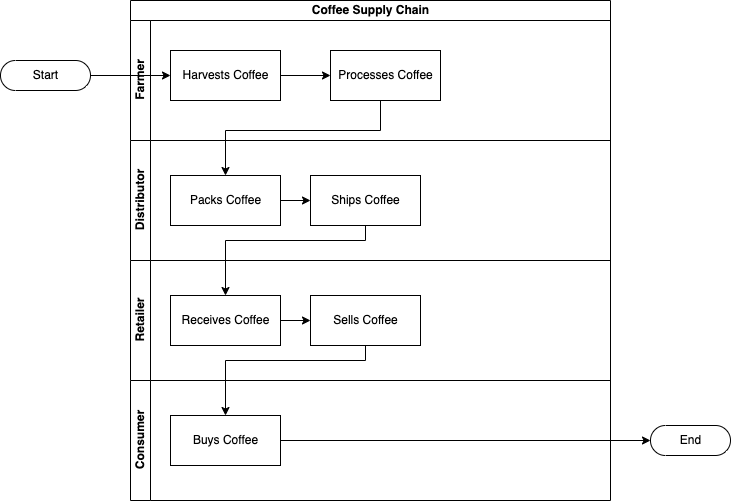
Earlier version of the draw.io export images/uml/coffee_supply_chain_activity_diagram.drawio.png (carloliwanag/coffee-supply-chain-assignment-3). Source tidied: cells renumbered, new cells last; positions are measured from the earlier drawing's top-left corner, leaving out a move shared by most shapes.
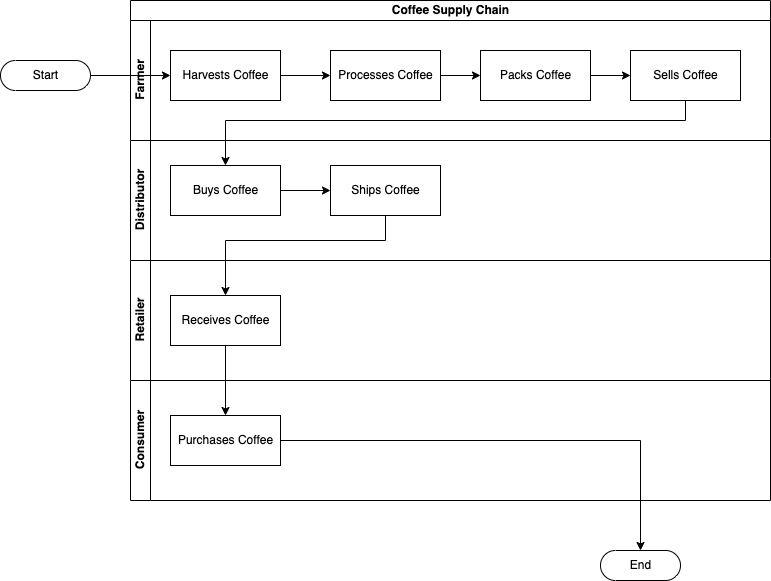
The same diagram one commit later.

Diff of the diagram source:
```diff
@@ -3,10 +3,10 @@
     <mxCell id="0" />
     <mxCell id="1" parent="0" />
     <mxCell id="2" value="Coffee Supply Chain" style="swimlane;html=1;horizontal=1;startSize=20;" parent="1" vertex="1">
-      <mxGeometry x="130" width="480" height="380" as="geometry" />
+      <mxGeometry x="130" width="640" height="380" as="geometry" />
     </mxCell>
     <mxCell id="3" value="Farmer" style="swimlane;html=1;startSize=20;horizontal=0;" parent="2" vertex="1">
-      <mxGeometry y="20" width="480" height="120" as="geometry" />
+      <mxGeometry y="20" width="640" height="120" as="geometry" />
     </mxCell>
     <mxCell id="4" style="edgeStyle=orthogonalEdgeStyle;rounded=0;jettySize=auto;html=1;exitX=1;exitY=0.5;exitDx=0;exitDy=0;entryX=0;entryY=0.5;entryDx=0;entryDy=0;" parent="3" edge="1" source="5" target="6">
       <mxGeometry relative="1" as="geometry" />
@@ -14,56 +14,61 @@
     <mxCell id="5" value="Harvests Coffee" style="html=1;" parent="3" vertex="1">
       <mxGeometry x="40" y="30" width="110" height="50" as="geometry" />
     </mxCell>
+    <mxCell id="15" style="edgeStyle=orthogonalEdgeStyle;rounded=0;jettySize=auto;html=1;exitX=1;exitY=0.5;exitDx=0;exitDy=0;entryX=0;entryY=0.5;entryDx=0;entryDy=0;" parent="3" edge="1" source="6" target="9">
+      <mxGeometry relative="1" as="geometry" />
+    </mxCell>
     <mxCell id="6" value="Processes Coffee" style="html=1;" parent="3" vertex="1">
       <mxGeometry x="200" y="30" width="110" height="50" as="geometry" />
     </mxCell>
+    <mxCell id="24" style="edgeStyle=orthogonalEdgeStyle;rounded=0;jettySize=auto;html=1;exitX=1;exitY=0.5;exitDx=0;exitDy=0;entryX=0;entryY=0.5;entryDx=0;entryDy=0;" parent="3" edge="1" source="9" target="14">
+      <mxGeometry relative="1" as="geometry" />
+    </mxCell>
+    <mxCell id="9" value="Packs Coffee" style="html=1;" parent="3" vertex="1">
+      <mxGeometry x="350" y="30" width="110" height="50" as="geometry" />
+    </mxCell>
+    <mxCell id="14" value="Sells Coffee" style="html=1;" parent="3" vertex="1">
+      <mxGeometry x="500" y="30" width="110" height="50" as="geometry" />
+    </mxCell>
     <mxCell id="7" value="Distributor" style="swimlane;html=1;startSize=20;horizontal=0;" parent="2" vertex="1">
-      <mxGeometry y="140" width="480" height="120" as="geometry" />
+      <mxGeometry y="140" width="640" height="120" as="geometry" />
     </mxCell>
-    <mxCell id="8" style="edgeStyle=orthogonalEdgeStyle;rounded=0;jettySize=auto;html=1;exitX=1;exitY=0.5;exitDx=0;exitDy=0;entryX=0;entryY=0.5;entryDx=0;entryDy=0;" parent="7" edge="1" source="9" target="10">
-      <mxGeometry relative="1" as="geometry" />
-    </mxCell>
-    <mxCell id="9" value="Packs Coffee" style="html=1;" parent="7" vertex="1">
-      <mxGeometry x="40" y="35" width="110" height="50" as="geometry" />
-    </mxCell>
+    <mxCell id="25" style="edgeStyle=orthogonalEdgeStyle;rounded=0;jettySize=auto;html=1;exitX=1;exitY=0.5;exitDx=0;exitDy=0;entryX=0;entryY=0.5;entryDx=0;entryDy=0;" parent="7" edge="1" source="18" target="10">
+      <mxGeometry relative="1" as="geometry" />
+    </mxCell>
+    <mxCell id="18" value="Buys Coffee" style="html=1;" parent="7" vertex="1">
+      <mxGeometry x="40" y="25" width="110" height="50" as="geometry" />
+    </mxCell>
     <mxCell id="10" value="Ships Coffee" style="html=1;" parent="7" vertex="1">
-      <mxGeometry x="180" y="35" width="110" height="50" as="geometry" />
+      <mxGeometry x="200" y="25" width="110" height="50" as="geometry" />
     </mxCell>
     <mxCell id="11" value="Retailer" style="swimlane;html=1;startSize=20;horizontal=0;" parent="2" vertex="1">
-      <mxGeometry y="260" width="480" height="120" as="geometry" />
+      <mxGeometry y="260" width="640" height="120" as="geometry" />
     </mxCell>
-    <mxCell id="12" style="edgeStyle=orthogonalEdgeStyle;rounded=0;jettySize=auto;html=1;exitX=1;exitY=0.5;exitDx=0;exitDy=0;entryX=0;entryY=0.5;entryDx=0;entryDy=0;" parent="11" edge="1" source="13" target="14">
-      <mxGeometry relative="1" as="geometry" />
-    </mxCell>
     <mxCell id="13" value="Receives Coffee" style="html=1;" parent="11" vertex="1">
       <mxGeometry x="40" y="35" width="110" height="50" as="geometry" />
     </mxCell>
-    <mxCell id="14" value="Sells Coffee" style="html=1;" parent="11" vertex="1">
-      <mxGeometry x="180" y="35" width="110" height="50" as="geometry" />
-    </mxCell>
-    <mxCell id="15" style="edgeStyle=orthogonalEdgeStyle;rounded=0;jettySize=auto;html=1;exitX=0.5;exitY=1;exitDx=0;exitDy=0;entryX=0.5;entryY=0;entryDx=0;entryDy=0;" parent="2" edge="1" source="6" target="9">
-      <mxGeometry relative="1" as="geometry">
-        <Array as="points">
-          <mxPoint x="250" y="100" />
-          <mxPoint x="250" y="130" />
-          <mxPoint x="95" y="130" />
-        </Array>
-      </mxGeometry>
-    </mxCell>
+    <mxCell id="22" style="edgeStyle=orthogonalEdgeStyle;rounded=0;jettySize=auto;html=1;exitX=0.5;exitY=1;exitDx=0;exitDy=0;entryX=0.5;entryY=0;entryDx=0;entryDy=0;" parent="2" edge="1" source="14" target="18">
+      <mxGeometry relative="1" as="geometry">
+        <Array as="points">
+          <mxPoint x="555" y="120" />
+          <mxPoint x="95" y="120" />
+        </Array>
+      </mxGeometry>
+    </mxCell>
-    <mxCell id="16" style="edgeStyle=orthogonalEdgeStyle;rounded=0;jettySize=auto;html=1;exitX=0.5;exitY=1;exitDx=0;exitDy=0;" parent="2" edge="1" source="10" target="13">
+    <mxCell id="16" style="edgeStyle=orthogonalEdgeStyle;rounded=0;jettySize=auto;html=1;exitX=0.5;exitY=1;exitDx=0;exitDy=0;entryX=0.5;entryY=0;entryDx=0;entryDy=0;" parent="2" edge="1" source="10" target="13">
       <mxGeometry relative="1" as="geometry">
         <Array as="points">
-          <mxPoint x="235" y="240" />
+          <mxPoint x="255" y="240" />
           <mxPoint x="95" y="240" />
         </Array>
       </mxGeometry>
     </mxCell>
     <mxCell id="17" value="Consumer" style="swimlane;html=1;startSize=20;horizontal=0;" parent="1" vertex="1">
-      <mxGeometry x="130" y="380" width="480" height="120" as="geometry" />
+      <mxGeometry x="130" y="380" width="640" height="120" as="geometry" />
     </mxCell>
-    <mxCell id="18" value="Buys Coffee" style="html=1;" parent="17" vertex="1">
-      <mxGeometry x="40" y="35" width="110" height="50" as="geometry" />
-    </mxCell>
+    <mxCell id="26" value="Purchases Coffee" style="html=1;" parent="17" vertex="1">
+      <mxGeometry x="40" y="35" width="110" height="50" as="geometry" />
+    </mxCell>
     <mxCell id="19" style="edgeStyle=orthogonalEdgeStyle;rounded=0;jettySize=auto;html=1;exitX=1;exitY=0.5;exitDx=0;exitDy=0;exitPerimeter=0;entryX=0;entryY=0.5;entryDx=0;entryDy=0;" parent="1" edge="1" source="20">
       <mxGeometry relative="1" as="geometry">
         <mxPoint x="170" y="75" as="targetPoint" />
@@ -73,18 +78,13 @@
       <mxGeometry y="60" width="90" height="30" as="geometry" />
     </mxCell>
     <mxCell id="21" value="End" style="html=1;dashed=0;whitespace=wrap;shape=mxgraph.dfd.start;" parent="1" vertex="1">
-      <mxGeometry x="650" y="425" width="80" height="30" as="geometry" />
+      <mxGeometry x="600" y="550" width="80" height="30" as="geometry" />
     </mxCell>
-    <mxCell id="22" style="edgeStyle=orthogonalEdgeStyle;rounded=0;jettySize=auto;html=1;exitX=0.5;exitY=1;exitDx=0;exitDy=0;" parent="1" edge="1" source="14" target="18">
-      <mxGeometry relative="1" as="geometry">
-        <Array as="points">
-          <mxPoint x="365" y="360" />
-          <mxPoint x="225" y="360" />
-        </Array>
-      </mxGeometry>
-    </mxCell>
-    <mxCell id="23" style="edgeStyle=orthogonalEdgeStyle;rounded=0;jettySize=auto;html=1;exitX=1;exitY=0.5;exitDx=0;exitDy=0;entryX=0;entryY=0.5;entryDx=0;entryDy=0;entryPerimeter=0;" parent="1" edge="1" source="18" target="21">
-      <mxGeometry relative="1" as="geometry" />
-    </mxCell>
+    <mxCell id="27" style="edgeStyle=orthogonalEdgeStyle;rounded=0;jettySize=auto;html=1;exitX=0.5;exitY=1;exitDx=0;exitDy=0;entryX=0.5;entryY=0;entryDx=0;entryDy=0;" parent="1" edge="1" source="13" target="26">
+      <mxGeometry relative="1" as="geometry" />
+    </mxCell>
+    <mxCell id="28" style="edgeStyle=orthogonalEdgeStyle;rounded=0;jettySize=auto;html=1;exitX=1;exitY=0.5;exitDx=0;exitDy=0;entryX=0.5;entryY=0.5;entryDx=0;entryDy=-15;entryPerimeter=0;" parent="1" edge="1" source="26" target="21">
+      <mxGeometry relative="1" as="geometry" />
+    </mxCell>
   </root>
 </mxGraphModel>
```
